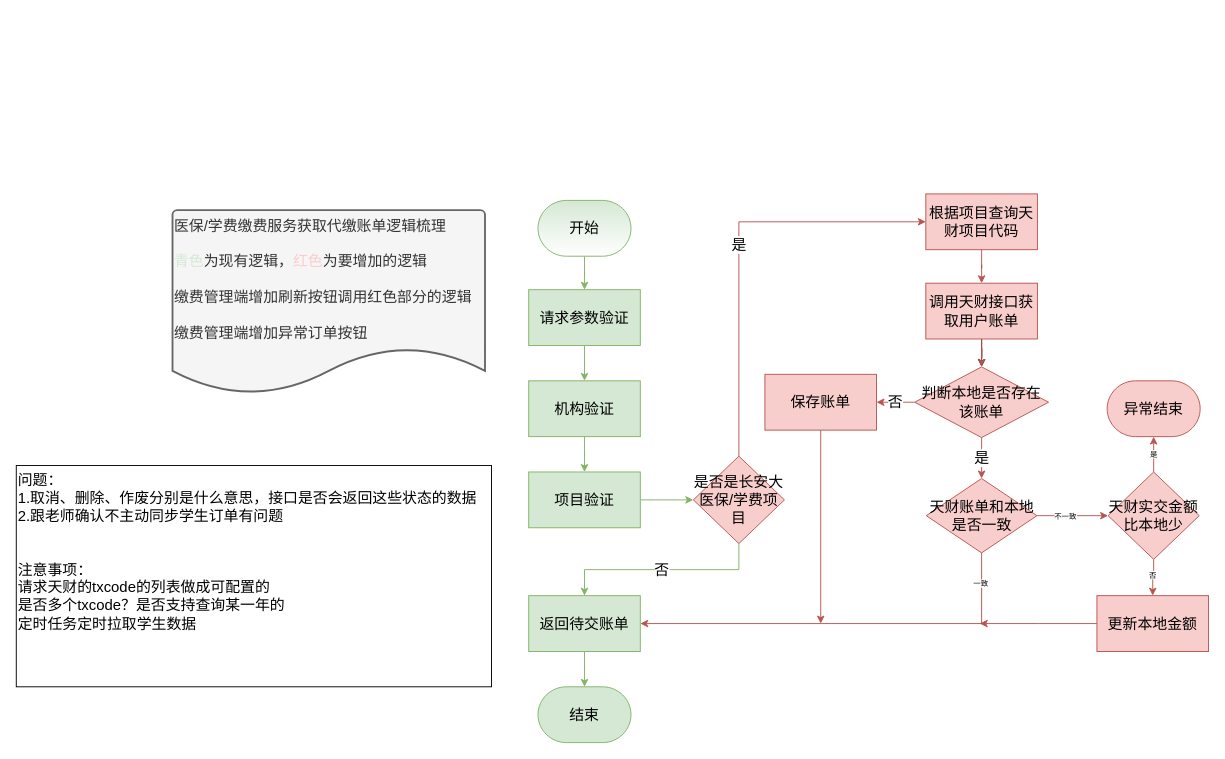
Earlier version of the draw.io diagram 长安大获取天财缴费订单.drawio (ifelsewang/draw). Source tidied: cells renumbered, new cells numbered last; positions are measured from the earlier drawing's top-left corner, leaving out a move shared by most shapes. Both pictures are drawn from the tidied source at 93%, with x=0, y=0 at pixel (16, 193).
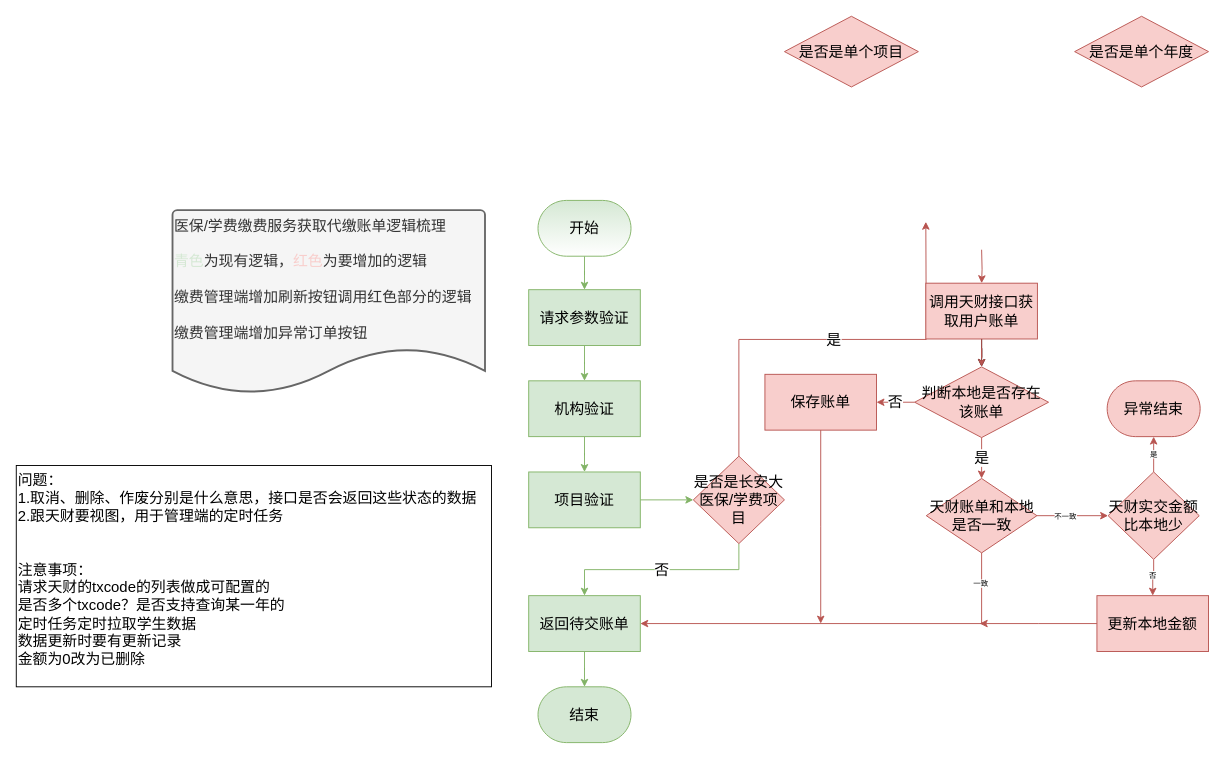
After the change.

Commit message:
Update 长安大获取天财缴费订单.drawio

The change refers to these unchanged cells:
```xml
<mxCell id="7" value="是否是长安大医保/学费项目" style="rhombus;whiteSpace=wrap;html=1;fontSize=16;align=center;fillColor=#f8cecc;strokeColor=#b85450;" parent="1" vertex="1">
  <mxGeometry x="728" y="282" width="98" height="94" as="geometry" />
</mxCell>
<mxCell id="21" value="调用天财接口获取用户账单" style="whiteSpace=wrap;html=1;fontSize=16;fillColor=#f8cecc;strokeColor=#b85450;" parent="1" vertex="1">
  <mxGeometry x="978" y="96" width="120" height="60" as="geometry" />
</mxCell>
```

Diff of the diagram source:
```diff
@@
-    <mxCell id="5" value="是" style="edgeStyle=orthogonalEdgeStyle;rounded=0;jettySize=auto;html=1;fontSize=16;entryX=0;entryY=0.5;entryDx=0;entryDy=0;fillColor=#f8cecc;strokeColor=#b85450;exitX=0.5;exitY=0;exitDx=0;exitDy=0;" parent="1" edge="1" source="7" target="9">
-      <mxGeometry relative="1" as="geometry" />
+    <mxCell id="5" value="是" style="edgeStyle=orthogonalEdgeStyle;rounded=0;jettySize=auto;html=1;fontSize=16;entryX=0;entryY=0.5;entryDx=0;entryDy=0;fillColor=#f8cecc;strokeColor=#b85450;exitX=0.5;exitY=0;exitDx=0;exitDy=0;" parent="1" edge="1" source="7">
+      <mxGeometry relative="1" as="geometry">
+        <mxPoint x="978" y="30" as="targetPoint" />
+      </mxGeometry>
     </mxCell>
@@
-    <mxCell id="8" style="edgeStyle=orthogonalEdgeStyle;rounded=0;jettySize=auto;html=1;fontSize=16;fillColor=#f8cecc;strokeColor=#b85450;" parent="1" edge="1" source="9" target="21">
-      <mxGeometry relative="1" as="geometry" />
+    <mxCell id="8" style="edgeStyle=orthogonalEdgeStyle;rounded=0;jettySize=auto;html=1;fontSize=16;fillColor=#f8cecc;strokeColor=#b85450;" parent="1" edge="1" target="21">
+      <mxGeometry relative="1" as="geometry">
+        <mxPoint x="1038" y="60" as="sourcePoint" />
+      </mxGeometry>
     </mxCell>
-    <mxCell id="9" value="根据项目查询天财项目代码" style="whiteSpace=wrap;html=1;fontSize=16;fillColor=#f8cecc;strokeColor=#b85450;" parent="1" vertex="1">
-      <mxGeometry x="978" width="120" height="60" as="geometry" />
-    </mxCell>
@@
-    <mxCell id="39" value="问题：&lt;br&gt;1.取消、删除、作废分别是什么意思，接口是否会返回这些状态的数据&lt;br&gt;2.跟老师确认不主动同步学生订单有问题&lt;br&gt;&lt;br&gt;&lt;br&gt;注意事项：&lt;br&gt;请求天财的txcode的列表做成可配置的&lt;br&gt;是否多个txcode？是否支持查询某一年的&lt;br&gt;定时任务定时拉取学生数据" style="rounded=0;whiteSpace=wrap;html=1;align=left;verticalAlign=top;labelBorderColor=none;fontSize=16;" parent="1" vertex="1">
+    <mxCell id="39" value="问题：&lt;br&gt;1.取消、删除、作废分别是什么意思，接口是否会返回这些状态的数据&lt;br&gt;2.跟天财要视图，用于管理端的定时任务&lt;br&gt;&lt;br&gt;&lt;br&gt;注意事项：&lt;br&gt;请求天财的txcode的列表做成可配置的&lt;br&gt;是否多个txcode？是否支持查询某一年的&lt;br&gt;定时任务定时拉取学生数据&lt;br&gt;数据更新时要有更新记录&lt;br&gt;金额为0改为已删除" style="rounded=0;whiteSpace=wrap;html=1;align=left;verticalAlign=top;labelBorderColor=none;fontSize=16;" parent="1" vertex="1">
       <mxGeometry y="292" width="511" height="238" as="geometry" />
     </mxCell>
+    <mxCell id="40" value="是否是单个项目" style="rhombus;whiteSpace=wrap;html=1;fontSize=16;align=center;fillColor=#f8cecc;strokeColor=#b85450;" parent="1" vertex="1">
+      <mxGeometry x="826" y="-191" width="144" height="76" as="geometry" />
+    </mxCell>
+    <mxCell id="41" value="是否是单个年度" style="rhombus;whiteSpace=wrap;html=1;fontSize=16;align=center;fillColor=#f8cecc;strokeColor=#b85450;" parent="1" vertex="1">
+      <mxGeometry x="1138" y="-191" width="144" height="76" as="geometry" />
+    </mxCell>
```
